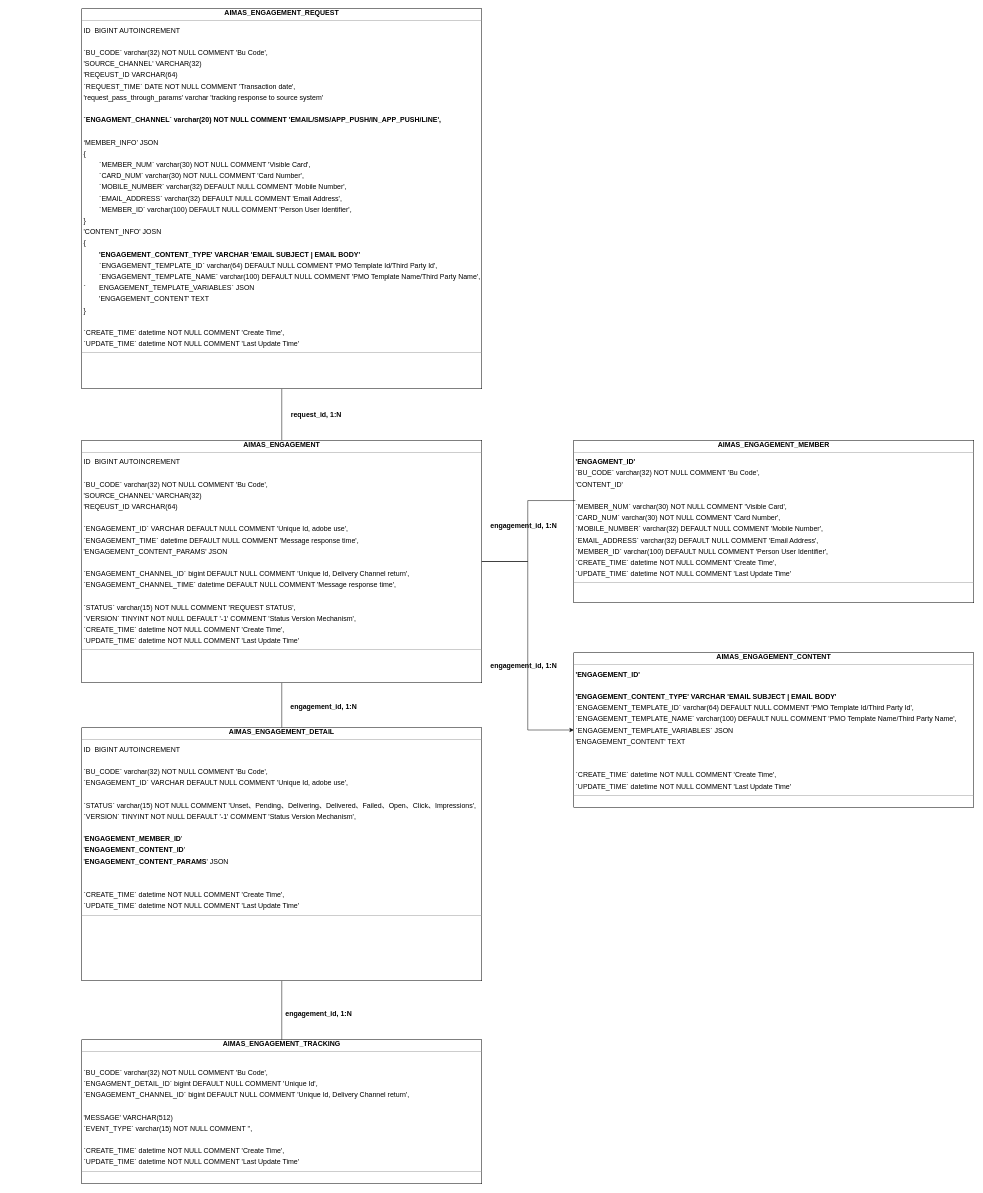
Before: techlab/AIMAS Engagement ER Diagram.drawio in qiufang1314/drawio, a draw.io diagram. Source tidied: cells renumbered, new cells numbered last; positions are measured from the earlier drawing's top-left corner, leaving out a move shared by most shapes. Both pictures are drawn from the tidied source at 50%, with x=0, y=0 at pixel (82, 8).
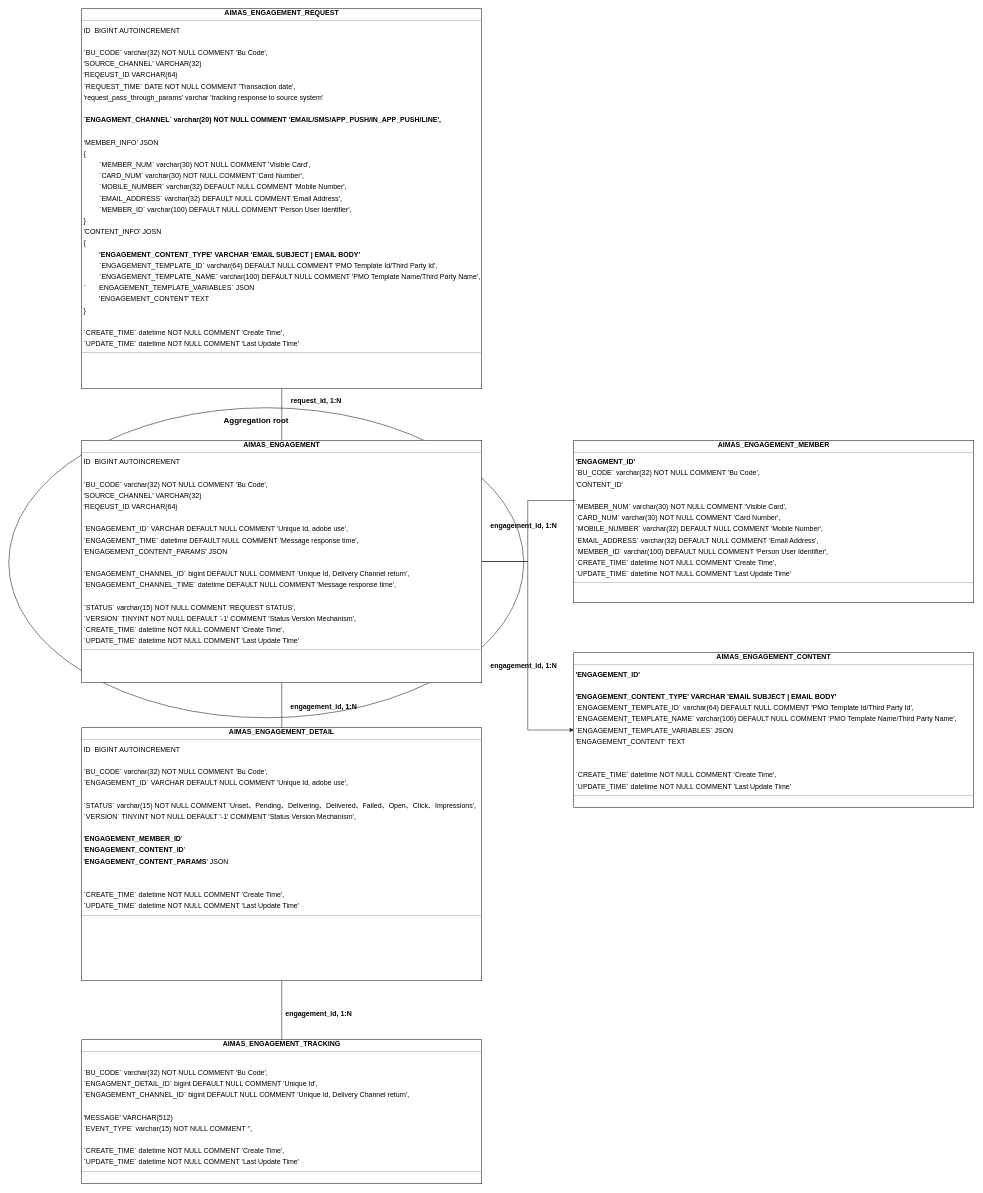
Above is the later version.

Change to the diagram source:
```diff
@@
 <mxGraphModel>
   <root>
     <mxCell id="0" />
     <mxCell id="1" parent="0" />
+    <mxCell id="18" style="ellipse;whiteSpace=wrap;html=1;" parent="1" vertex="1">
+      <mxGeometry x="-146" y="798" width="1030" height="620" as="geometry" />
+    </mxCell>
     <mxCell id="2" style="edgeStyle=orthogonalEdgeStyle;rounded=0;jettySize=auto;html=1;entryX=0.5;entryY=0;entryDx=0;entryDy=0;endArrow=none;startFill=0;" parent="1" edge="1" source="3" target="9">
       <mxGeometry relative="1" as="geometry" />
     </mxCell>
     <mxCell id="3" value="&lt;div style=&quot;text-align: center;&quot;&gt;&lt;span style=&quot;background-color: initial;&quot;&gt;&lt;b&gt;AIMAS_ENGAGEMENT_REQUEST&lt;/b&gt;&lt;/span&gt;&lt;/div&gt;&lt;hr style=&quot;text-align: center;&quot; size=&quot;1&quot;&gt;&lt;p style=&quot;margin:0 0 0 4px;line-height:1.6;&quot;&gt;ID&amp;nbsp; BIGINT AUTOINCREMENT&lt;/p&gt;&lt;p style=&quot;margin:0 0 0 4px;line-height:1.6;&quot;&gt;&lt;br&gt;&lt;/p&gt;&lt;p style=&quot;margin:0 0 0 4px;line-height:1.6;&quot;&gt;`BU_CODE` varchar(32) NOT NULL COMMENT 'Bu Code',&lt;b&gt;&lt;/b&gt;&lt;/p&gt;&lt;p style=&quot;margin:0 0 0 4px;line-height:1.6;&quot;&gt;'SOURCE_CHANNEL' VARCHAR(32)&lt;/p&gt;&lt;p style=&quot;margin: 0px 0px 0px 4px; line-height: 1.6;&quot;&gt;'REQEUST_ID VARCHAR(64)&lt;/p&gt;&lt;p style=&quot;margin: 0px 0px 0px 4px; line-height: 1.6;&quot;&gt;`REQUEST_TIME` DATE NOT NULL COMMENT 'Transaction date',&lt;/p&gt;&lt;p style=&quot;margin: 0px 0px 0px 4px; line-height: 1.6;&quot;&gt;'request_pass_through_params' varchar 'tracking response to source system'&lt;/p&gt;&lt;p style=&quot;margin: 0px 0px 0px 4px; line-height: 1.6;&quot;&gt;&lt;br&gt;&lt;/p&gt;&lt;p style=&quot;margin:0 0 0 4px;line-height:1.6;&quot;&gt;&lt;b&gt;`ENGAGMENT_CHANNEL` varchar(20) NOT NULL COMMENT 'EMAIL/SMS/APP_PUSH/IN_APP_PUSH/LINE',&lt;/b&gt;&lt;/p&gt;&lt;p style=&quot;margin:0 0 0 4px;line-height:1.6;&quot;&gt;&lt;br&gt;&lt;/p&gt;&lt;p style=&quot;margin:0 0 0 4px;line-height:1.6;&quot;&gt;‘MEMBER_INFO’ JSON&lt;/p&gt;&lt;p style=&quot;margin:0 0 0 4px;line-height:1.6;&quot;&gt;{&lt;/p&gt;&lt;p style=&quot;margin:0 0 0 4px;line-height:1.6;&quot;&gt;&lt;span style=&quot;white-space: pre;&quot;&gt;&#9;&lt;/span&gt;&lt;span style=&quot;background-color: transparent; color: light-dark(rgb(0, 0, 0), rgb(255, 255, 255));&quot;&gt;`MEMBER_NUM` varchar(30) NOT NULL COMMENT 'Visible Card',&lt;/span&gt;&lt;br&gt;&lt;/p&gt;&lt;p style=&quot;margin: 0px 0px 0px 4px; line-height: 1.6;&quot;&gt;&lt;span style=&quot;white-space: pre;&quot;&gt;&#9;&lt;/span&gt;`CARD_NUM` varchar(30) NOT NULL COMMENT 'Card Number',&lt;/p&gt;&lt;p style=&quot;margin: 0px 0px 0px 4px; line-height: 1.6;&quot;&gt;&lt;span style=&quot;white-space: pre;&quot;&gt;&#9;&lt;/span&gt;`MOBILE_NUMBER` varchar(32) DEFAULT NULL COMMENT 'Mobile Number',&lt;/p&gt;&lt;p style=&quot;margin: 0px 0px 0px 4px; line-height: 1.6;&quot;&gt;&lt;span style=&quot;white-space: pre;&quot;&gt;&#9;&lt;/span&gt;`EMAIL_ADDRESS` varchar(32) DEFAULT NULL COMMENT 'Email Address',&lt;/p&gt;&lt;p style=&quot;margin: 0px 0px 0px 4px; line-height: 1.6;&quot;&gt;&lt;span style=&quot;white-space: pre;&quot;&gt;&#9;&lt;/span&gt;`MEMBER_ID` varchar(100) DEFAULT NULL COMMENT 'Person User Identifier',&lt;/p&gt;&lt;p style=&quot;margin:0 0 0 4px;line-height:1.6;&quot;&gt;}&lt;/p&gt;&lt;p style=&quot;margin:0 0 0 4px;line-height:1.6;&quot;&gt;'CONTENT_INFO' JOSN&lt;/p&gt;&lt;p style=&quot;margin:0 0 0 4px;line-height:1.6;&quot;&gt;{&lt;/p&gt;&lt;p style=&quot;margin:0 0 0 4px;line-height:1.6;&quot;&gt;&lt;span style=&quot;white-space: pre;&quot;&gt;&#9;&lt;/span&gt;&lt;b style=&quot;background-color: transparent; color: light-dark(rgb(0, 0, 0), rgb(255, 255, 255));&quot;&gt;'ENGAGEMENT_CONTENT_TYPE' VARCHAR 'EMAIL SUBJECT | EMAIL BODY'&lt;/b&gt;&lt;br&gt;&lt;/p&gt;&lt;p style=&quot;margin: 0px 0px 0px 4px; line-height: 1.6;&quot;&gt;&lt;span style=&quot;white-space: pre;&quot;&gt;&#9;&lt;/span&gt;`ENGAGEMENT_TEMPLATE_ID` varchar(64) DEFAULT NULL COMMENT 'PMO Template Id/Third Party Id',&lt;/p&gt;&lt;p style=&quot;margin: 0px 0px 0px 4px; line-height: 1.6;&quot;&gt;&lt;span style=&quot;white-space: pre;&quot;&gt;&#9;&lt;/span&gt;`&lt;span style=&quot;background-color: transparent; color: light-dark(rgb(0, 0, 0), rgb(255, 255, 255));&quot;&gt;ENGAGEMENT_&lt;/span&gt;&lt;span style=&quot;background-color: transparent; color: light-dark(rgb(0, 0, 0), rgb(255, 255, 255));&quot;&gt;TEMPLATE_NAME` varchar(100) DEFAULT NULL COMMENT 'PMO Template Name/Third Party Name',&lt;/span&gt;&lt;/p&gt;&lt;p style=&quot;margin: 0px 0px 0px 4px; line-height: 1.6;&quot;&gt;`&lt;span style=&quot;white-space: pre;&quot;&gt;&#9;&lt;/span&gt;ENGAGEMENT_TEMPLATE_VARIABLES` JSON&lt;/p&gt;&lt;p style=&quot;margin: 0px 0px 0px 4px; line-height: 1.6;&quot;&gt;&lt;span style=&quot;color: light-dark(rgb(0, 0, 0), rgb(255, 255, 255)); background-color: transparent;&quot;&gt;&lt;span style=&quot;white-space: pre;&quot;&gt;&#9;&lt;/span&gt;'&lt;/span&gt;&lt;span style=&quot;color: light-dark(rgb(0, 0, 0), rgb(255, 255, 255)); background-color: transparent;&quot;&gt;ENGAGEMENT_CONTENT&lt;/span&gt;&lt;span style=&quot;color: light-dark(rgb(0, 0, 0), rgb(255, 255, 255)); background-color: transparent;&quot;&gt;' TEXT&lt;/span&gt;&lt;/p&gt;&lt;p style=&quot;margin:0 0 0 4px;line-height:1.6;&quot;&gt;}&lt;/p&gt;&lt;p style=&quot;margin: 0px 0px 0px 4px; line-height: 1.6;&quot;&gt;&lt;br&gt;&lt;/p&gt;&lt;p style=&quot;margin:0 0 0 4px;line-height:1.6;&quot;&gt;&lt;span style=&quot;background-color: transparent; color: light-dark(rgb(0, 0, 0), rgb(255, 255, 255));&quot;&gt;`CREATE_TIME` datetime NOT NULL COMMENT 'Create Time',&lt;/span&gt;&lt;/p&gt;&lt;p style=&quot;margin:0 0 0 4px;line-height:1.6;&quot;&gt;`UPDATE_TIME` datetime NOT NULL COMMENT 'Last Update Time'&lt;/p&gt;&lt;hr size=&quot;1&quot;&gt;&lt;p style=&quot;margin:0 0 0 4px;line-height:1.6;&quot;&gt;&lt;br&gt;&lt;/p&gt;" style="verticalAlign=top;align=left;overflow=fill;fontSize=14;fontFamily=Helvetica;html=1;rounded=0;shadow=0;comic=0;labelBackgroundColor=none;strokeWidth=1;" parent="1" vertex="1">
       <mxGeometry width="800" height="760" as="geometry" />
     </mxCell>
     <mxCell id="4" value="&lt;div style=&quot;text-align: center;&quot;&gt;&lt;span style=&quot;background-color: initial;&quot;&gt;&lt;b&gt;AIMAS_ENGAGEMENT_MEMBER&lt;/b&gt;&lt;/span&gt;&lt;/div&gt;&lt;hr style=&quot;text-align: center;&quot; size=&quot;1&quot;&gt;&lt;p style=&quot;margin:0 0 0 4px;line-height:1.6;&quot;&gt;&lt;b&gt;'ENGAGMENT_ID'&lt;/b&gt;&lt;/p&gt;&lt;p style=&quot;margin:0 0 0 4px;line-height:1.6;&quot;&gt;`BU_CODE` varchar(32) NOT NULL COMMENT 'Bu Code',&lt;/p&gt;&lt;p style=&quot;margin:0 0 0 4px;line-height:1.6;&quot;&gt;'CONTENT_ID'&lt;/p&gt;&lt;p style=&quot;margin:0 0 0 4px;line-height:1.6;&quot;&gt;&lt;br&gt;&lt;/p&gt;&lt;p style=&quot;margin:0 0 0 4px;line-height:1.6;&quot;&gt;`MEMBER_NUM` varchar(30) NOT NULL COMMENT 'Visible Card',&lt;/p&gt;&lt;p style=&quot;margin:0 0 0 4px;line-height:1.6;&quot;&gt;`CARD_NUM` varchar(30) NOT NULL COMMENT 'Card Number',&lt;/p&gt;&lt;p style=&quot;margin:0 0 0 4px;line-height:1.6;&quot;&gt;`MOBILE_NUMBER` varchar(32) DEFAULT NULL COMMENT 'Mobile Number',&lt;/p&gt;&lt;p style=&quot;margin:0 0 0 4px;line-height:1.6;&quot;&gt;`EMAIL_ADDRESS` varchar(32) DEFAULT NULL COMMENT 'Email Address',&lt;/p&gt;&lt;p style=&quot;margin:0 0 0 4px;line-height:1.6;&quot;&gt;`MEMBER_ID` varchar(100) DEFAULT NULL COMMENT 'Person User Identifier',&lt;/p&gt;&lt;p style=&quot;margin:0 0 0 4px;line-height:1.6;&quot;&gt;`CREATE_TIME` datetime NOT NULL COMMENT 'Create Time',&lt;/p&gt;&lt;p style=&quot;margin:0 0 0 4px;line-height:1.6;&quot;&gt;`UPDATE_TIME` datetime NOT NULL COMMENT 'Last Update Time'&lt;/p&gt;&lt;hr size=&quot;1&quot;&gt;&lt;p style=&quot;margin:0 0 0 4px;line-height:1.6;&quot;&gt;&lt;br&gt;&lt;/p&gt;" style="verticalAlign=top;align=left;overflow=fill;fontSize=14;fontFamily=Helvetica;html=1;rounded=0;shadow=0;comic=0;labelBackgroundColor=none;strokeWidth=1;" parent="1" vertex="1">
       <mxGeometry x="984" y="863" width="800" height="325" as="geometry" />
     </mxCell>
     <mxCell id="5" value="&lt;div style=&quot;text-align: center;&quot;&gt;&lt;span style=&quot;background-color: initial;&quot;&gt;&lt;b&gt;AIMAS_ENGAGEMENT_CONTENT&lt;/b&gt;&lt;/span&gt;&lt;/div&gt;&lt;hr style=&quot;text-align: center;&quot; size=&quot;1&quot;&gt;&lt;p style=&quot;margin:0 0 0 4px;line-height:1.6;&quot;&gt;&lt;b&gt;'ENGAGEMENT_ID'&lt;/b&gt;&lt;/p&gt;&lt;p style=&quot;margin:0 0 0 4px;line-height:1.6;&quot;&gt;&lt;br&gt;&lt;/p&gt;&lt;p style=&quot;margin:0 0 0 4px;line-height:1.6;&quot;&gt;&lt;b&gt;'ENGAGEMENT_CONTENT_TYPE' VARCHAR 'EMAIL SUBJECT | EMAIL BODY'&lt;/b&gt;&lt;/p&gt;&lt;p style=&quot;margin: 0px 0px 0px 4px; line-height: 1.6;&quot;&gt;`ENGAGEMENT_TEMPLATE_ID` varchar(64) DEFAULT NULL COMMENT 'PMO Template Id/Third Party Id',&lt;/p&gt;&lt;p style=&quot;margin: 0px 0px 0px 4px; line-height: 1.6;&quot;&gt;`&lt;span style=&quot;background-color: transparent; color: light-dark(rgb(0, 0, 0), rgb(255, 255, 255));&quot;&gt;ENGAGEMENT_&lt;/span&gt;&lt;span style=&quot;background-color: transparent; color: light-dark(rgb(0, 0, 0), rgb(255, 255, 255));&quot;&gt;TEMPLATE_NAME` varchar(100) DEFAULT NULL COMMENT 'PMO Template Name/Third Party Name',&lt;/span&gt;&lt;/p&gt;&lt;p style=&quot;margin: 0px 0px 0px 4px; line-height: 1.6;&quot;&gt;`ENGAGEMENT_TEMPLATE_VARIABLES` JSON&lt;/p&gt;&lt;p style=&quot;margin: 0px 0px 0px 4px; line-height: 1.6;&quot;&gt;&lt;span style=&quot;color: light-dark(rgb(0, 0, 0), rgb(255, 255, 255)); background-color: transparent;&quot;&gt;'&lt;/span&gt;&lt;span style=&quot;color: light-dark(rgb(0, 0, 0), rgb(255, 255, 255)); background-color: transparent;&quot;&gt;ENGAGEMENT_CONTENT&lt;/span&gt;&lt;span style=&quot;color: light-dark(rgb(0, 0, 0), rgb(255, 255, 255)); background-color: transparent;&quot;&gt;' TEXT&lt;/span&gt;&lt;/p&gt;&lt;p style=&quot;margin:0 0 0 4px;line-height:1.6;&quot;&gt;&lt;b&gt;&lt;br&gt;&lt;/b&gt;&lt;/p&gt;&lt;p style=&quot;margin:0 0 0 4px;line-height:1.6;&quot;&gt;&lt;br&gt;&lt;/p&gt;&lt;p style=&quot;margin:0 0 0 4px;line-height:1.6;&quot;&gt;`CREATE_TIME` datetime NOT NULL COMMENT 'Create Time',&lt;/p&gt;&lt;p style=&quot;margin:0 0 0 4px;line-height:1.6;&quot;&gt;`UPDATE_TIME` datetime NOT NULL COMMENT 'Last Update Time'&lt;/p&gt;&lt;hr size=&quot;1&quot;&gt;&lt;p style=&quot;margin:0 0 0 4px;line-height:1.6;&quot;&gt;&lt;br&gt;&lt;/p&gt;" style="verticalAlign=top;align=left;overflow=fill;fontSize=14;fontFamily=Helvetica;html=1;rounded=0;shadow=0;comic=0;labelBackgroundColor=none;strokeWidth=1;" parent="1" vertex="1">
       <mxGeometry x="984" y="1288" width="800" height="309" as="geometry" />
     </mxCell>
     <mxCell id="6" value="&lt;div style=&quot;text-align: center;&quot;&gt;&lt;span style=&quot;background-color: initial;&quot;&gt;&lt;b&gt;AIMAS_ENGAGEMENT_TRACKING&lt;/b&gt;&lt;/span&gt;&lt;/div&gt;&lt;hr style=&quot;text-align: center;&quot; size=&quot;1&quot;&gt;&lt;p style=&quot;margin:0 0 0 4px;line-height:1.6;&quot;&gt;&lt;br&gt;&lt;/p&gt;&lt;p style=&quot;margin:0 0 0 4px;line-height:1.6;&quot;&gt;`BU_CODE` varchar(32) NOT NULL COMMENT 'Bu Code',&lt;/p&gt;&lt;p style=&quot;margin:0 0 0 4px;line-height:1.6;&quot;&gt;`ENGAGMENT_DETAIL_ID` bigint DEFAULT NULL COMMENT 'Unique Id',&lt;/p&gt;&lt;p style=&quot;margin:0 0 0 4px;line-height:1.6;&quot;&gt;`ENGAGEMENT_CHANNEL_ID` bigint DEFAULT NULL COMMENT 'Unique Id, Delivery Channel return',&lt;/p&gt;&lt;p style=&quot;margin:0 0 0 4px;line-height:1.6;&quot;&gt;&lt;br&gt;&lt;/p&gt;&lt;p style=&quot;margin:0 0 0 4px;line-height:1.6;&quot;&gt;'MESSAGE' VARCHAR(512)&lt;/p&gt;&lt;p style=&quot;margin:0 0 0 4px;line-height:1.6;&quot;&gt;`EVENT_TYPE` varchar(15) NOT NULL COMMENT '',&lt;/p&gt;&lt;p style=&quot;margin:0 0 0 4px;line-height:1.6;&quot;&gt;&lt;br&gt;&lt;/p&gt;&lt;p style=&quot;margin:0 0 0 4px;line-height:1.6;&quot;&gt;`CREATE_TIME` datetime NOT NULL COMMENT 'Create Time',&lt;/p&gt;&lt;p style=&quot;margin:0 0 0 4px;line-height:1.6;&quot;&gt;`UPDATE_TIME` datetime NOT NULL COMMENT 'Last Update Time'&lt;/p&gt;&lt;hr size=&quot;1&quot;&gt;&lt;p style=&quot;margin:0 0 0 4px;line-height:1.6;&quot;&gt;&lt;br&gt;&lt;/p&gt;" style="verticalAlign=top;align=left;overflow=fill;fontSize=14;fontFamily=Helvetica;html=1;rounded=0;shadow=0;comic=0;labelBackgroundColor=none;strokeWidth=1;" parent="1" vertex="1">
       <mxGeometry y="2062" width="800" height="288" as="geometry" />
     </mxCell>
     <mxCell id="7" style="edgeStyle=orthogonalEdgeStyle;rounded=0;jettySize=auto;html=1;" parent="1" edge="1" source="9" target="5">
       <mxGeometry relative="1" as="geometry" />
     </mxCell>
     <mxCell id="8" style="edgeStyle=orthogonalEdgeStyle;rounded=0;jettySize=auto;html=1;entryX=0.5;entryY=0;entryDx=0;entryDy=0;endArrow=none;startFill=0;" parent="1" edge="1" source="9" target="11">
       <mxGeometry relative="1" as="geometry" />
     </mxCell>
     <mxCell id="9" value="&lt;div style=&quot;text-align: center;&quot;&gt;&lt;span style=&quot;background-color: initial;&quot;&gt;&lt;b&gt;AIMAS_ENGAGEMENT&lt;/b&gt;&lt;/span&gt;&lt;/div&gt;&lt;hr style=&quot;text-align: center;&quot; size=&quot;1&quot;&gt;&lt;p style=&quot;margin:0 0 0 4px;line-height:1.6;&quot;&gt;ID&amp;nbsp; BIGINT AUTOINCREMENT&lt;/p&gt;&lt;p style=&quot;margin:0 0 0 4px;line-height:1.6;&quot;&gt;&lt;br&gt;&lt;/p&gt;&lt;p style=&quot;margin:0 0 0 4px;line-height:1.6;&quot;&gt;`BU_CODE` varchar(32) NOT NULL COMMENT 'Bu Code',&lt;b&gt;&lt;/b&gt;&lt;/p&gt;&lt;p style=&quot;margin:0 0 0 4px;line-height:1.6;&quot;&gt;'SOURCE_CHANNEL' VARCHAR(32)&lt;/p&gt;&lt;p style=&quot;margin: 0px 0px 0px 4px; line-height: 1.6;&quot;&gt;'REQEUST_ID VARCHAR(64)&lt;/p&gt;&lt;p style=&quot;margin:0 0 0 4px;line-height:1.6;&quot;&gt;&lt;br&gt;&lt;/p&gt;&lt;p style=&quot;margin:0 0 0 4px;line-height:1.6;&quot;&gt;`ENGAGEMENT_ID` VARCHAR DEFAULT NULL COMMENT 'Unique Id, adobe use',&lt;/p&gt;&lt;p style=&quot;margin:0 0 0 4px;line-height:1.6;&quot;&gt;`ENGAGEMENT_TIME` datetime DEFAULT NULL COMMENT 'Message response time',&lt;/p&gt;&lt;p style=&quot;margin:0 0 0 4px;line-height:1.6;&quot;&gt;'ENGAGEMENT&lt;span style=&quot;background-color: transparent; color: light-dark(rgb(0, 0, 0), rgb(255, 255, 255));&quot;&gt;_CONTENT_PARAMS&lt;/span&gt;&lt;span style=&quot;background-color: transparent; color: light-dark(rgb(0, 0, 0), rgb(255, 255, 255));&quot;&gt;' JSON&lt;/span&gt;&lt;/p&gt;&lt;p style=&quot;margin:0 0 0 4px;line-height:1.6;&quot;&gt;&lt;br&gt;&lt;/p&gt;&lt;p style=&quot;margin:0 0 0 4px;line-height:1.6;&quot;&gt;`ENGAGEMENT_CHANNEL_ID` bigint DEFAULT NULL COMMENT 'Unique Id, Delivery Channel return',&lt;/p&gt;&lt;p style=&quot;margin:0 0 0 4px;line-height:1.6;&quot;&gt;`ENGAGEMENT_CHANNEL_TIME` datetime DEFAULT NULL COMMENT 'Message response time',&lt;/p&gt;&lt;p style=&quot;margin:0 0 0 4px;line-height:1.6;&quot;&gt;&lt;br&gt;&lt;/p&gt;&lt;p style=&quot;margin:0 0 0 4px;line-height:1.6;&quot;&gt;`STATUS` varchar(15) NOT NULL COMMENT 'REQUEST STATUS',&lt;/p&gt;&lt;p style=&quot;margin:0 0 0 4px;line-height:1.6;&quot;&gt;`VERSION` TINYINT NOT NULL DEFAULT '-1' COMMENT 'Status Version Mechanism',&lt;/p&gt;&lt;p style=&quot;margin:0 0 0 4px;line-height:1.6;&quot;&gt;`CREATE_TIME` datetime NOT NULL COMMENT 'Create Time',&lt;/p&gt;&lt;p style=&quot;margin:0 0 0 4px;line-height:1.6;&quot;&gt;`UPDATE_TIME` datetime NOT NULL COMMENT 'Last Update Time'&lt;/p&gt;&lt;hr size=&quot;1&quot;&gt;&lt;p style=&quot;margin:0 0 0 4px;line-height:1.6;&quot;&gt;&lt;br&gt;&lt;/p&gt;" style="verticalAlign=top;align=left;overflow=fill;fontSize=14;fontFamily=Helvetica;html=1;rounded=0;shadow=0;comic=0;labelBackgroundColor=none;strokeWidth=1;" parent="1" vertex="1">
       <mxGeometry y="863" width="800" height="485" as="geometry" />
     </mxCell>
     <mxCell id="10" style="edgeStyle=orthogonalEdgeStyle;rounded=0;jettySize=auto;html=1;entryX=0.5;entryY=0;entryDx=0;entryDy=0;endArrow=none;startFill=0;" parent="1" edge="1" source="11" target="6">
       <mxGeometry relative="1" as="geometry" />
     </mxCell>
     <mxCell id="11" value="&lt;div style=&quot;text-align: center;&quot;&gt;&lt;span style=&quot;background-color: initial;&quot;&gt;&lt;b&gt;AIMAS_ENGAGEMENT_DETAIL&lt;/b&gt;&lt;/span&gt;&lt;/div&gt;&lt;hr style=&quot;text-align: center;&quot; size=&quot;1&quot;&gt;&lt;p style=&quot;margin:0 0 0 4px;line-height:1.6;&quot;&gt;ID&amp;nbsp; BIGINT AUTOINCREMENT&lt;/p&gt;&lt;p style=&quot;margin:0 0 0 4px;line-height:1.6;&quot;&gt;&lt;br&gt;&lt;/p&gt;&lt;p style=&quot;margin:0 0 0 4px;line-height:1.6;&quot;&gt;`BU_CODE` varchar(32) NOT NULL COMMENT 'Bu Code',&lt;/p&gt;&lt;p style=&quot;margin:0 0 0 4px;line-height:1.6;&quot;&gt;`ENGAGEMENT_ID` VARCHAR DEFAULT NULL COMMENT 'Unique Id, adobe use',&lt;/p&gt;&lt;p style=&quot;margin:0 0 0 4px;line-height:1.6;&quot;&gt;&lt;br&gt;&lt;/p&gt;&lt;p style=&quot;margin:0 0 0 4px;line-height:1.6;&quot;&gt;`STATUS` varchar(15) NOT NULL COMMENT 'Unset、Pending、Delivering、Delivered、Failed、Open、Click、Impressions',&lt;/p&gt;&lt;p style=&quot;margin:0 0 0 4px;line-height:1.6;&quot;&gt;`VERSION` TINYINT NOT NULL DEFAULT '-1' COMMENT 'Status Version Mechanism',&lt;/p&gt;&lt;p style=&quot;margin:0 0 0 4px;line-height:1.6;&quot;&gt;&lt;br&gt;&lt;/p&gt;&lt;p style=&quot;margin:0 0 0 4px;line-height:1.6;&quot;&gt;'&lt;b style=&quot;background-color: transparent; color: light-dark(rgb(0, 0, 0), rgb(255, 255, 255)); text-align: center;&quot;&gt;ENGAGEMENT_MEMBER_ID&lt;/b&gt;&lt;span style=&quot;background-color: transparent; color: light-dark(rgb(0, 0, 0), rgb(255, 255, 255));&quot;&gt;'&lt;br&gt;&lt;/span&gt;'&lt;b style=&quot;color: light-dark(rgb(0, 0, 0), rgb(255, 255, 255)); background-color: transparent; text-align: center;&quot;&gt;ENGAGEMENT_CONTENT_ID&lt;/b&gt;&lt;span style=&quot;color: light-dark(rgb(0, 0, 0), rgb(255, 255, 255)); background-color: transparent;&quot;&gt;'&lt;/span&gt;&lt;span style=&quot;background-color: transparent; color: light-dark(rgb(0, 0, 0), rgb(255, 255, 255));&quot;&gt;&lt;/span&gt;&lt;/p&gt;&lt;p style=&quot;margin:0 0 0 4px;line-height:1.6;&quot;&gt;'&lt;b style=&quot;color: light-dark(rgb(0, 0, 0), rgb(255, 255, 255)); background-color: transparent; text-align: center;&quot;&gt;ENGAGEMENT_CONTENT_PARAMS&lt;/b&gt;&lt;span style=&quot;color: light-dark(rgb(0, 0, 0), rgb(255, 255, 255)); background-color: transparent;&quot;&gt;' JSON&lt;/span&gt;&lt;/p&gt;&lt;p style=&quot;margin:0 0 0 4px;line-height:1.6;&quot;&gt;&lt;br&gt;&lt;/p&gt;&lt;p style=&quot;margin:0 0 0 4px;line-height:1.6;&quot;&gt;&lt;br&gt;&lt;/p&gt;&lt;p style=&quot;margin:0 0 0 4px;line-height:1.6;&quot;&gt;`CREATE_TIME` datetime NOT NULL COMMENT 'Create Time',&lt;/p&gt;&lt;p style=&quot;margin:0 0 0 4px;line-height:1.6;&quot;&gt;`UPDATE_TIME` datetime NOT NULL COMMENT 'Last Update Time'&lt;/p&gt;&lt;hr size=&quot;1&quot;&gt;&lt;p style=&quot;margin:0 0 0 4px;line-height:1.6;&quot;&gt;&lt;br&gt;&lt;/p&gt;" style="verticalAlign=top;align=left;overflow=fill;fontSize=14;fontFamily=Helvetica;html=1;rounded=0;shadow=0;comic=0;labelBackgroundColor=none;strokeWidth=1;" parent="1" vertex="1">
       <mxGeometry y="1438" width="800" height="506" as="geometry" />
     </mxCell>
     <mxCell id="12" value="request_id, 1:N" style="text;html=1;align=center;verticalAlign=middle;whiteSpace=wrap;rounded=0;fontSize=14;fontStyle=1;" parent="1" vertex="1">
-      <mxGeometry x="414" y="797" width="110" height="30" as="geometry" />
+      <mxGeometry x="414" y="768" width="110" height="30" as="geometry" />
     </mxCell>
     <mxCell id="13" style="edgeStyle=orthogonalEdgeStyle;rounded=0;jettySize=auto;html=1;entryX=0.004;entryY=0.371;entryDx=0;entryDy=0;entryPerimeter=0;endArrow=none;startFill=0;" parent="1" edge="1" source="9" target="4">
       <mxGeometry relative="1" as="geometry" />
     </mxCell>
     <mxCell id="14" value="engagement_id, 1:N" style="text;html=1;align=center;verticalAlign=middle;whiteSpace=wrap;rounded=0;fontSize=14;fontStyle=1;" parent="1" vertex="1">
       <mxGeometry x="814" y="1018" width="140" height="30" as="geometry" />
     </mxCell>
     <mxCell id="15" value="engagement_id, 1:N" style="text;html=1;align=center;verticalAlign=middle;whiteSpace=wrap;rounded=0;fontSize=14;fontStyle=1;" parent="1" vertex="1">
       <mxGeometry x="814" y="1298" width="140" height="30" as="geometry" />
     </mxCell>
     <mxCell id="16" value="engagement_id, 1:N" style="text;html=1;align=center;verticalAlign=middle;whiteSpace=wrap;rounded=0;fontSize=14;fontStyle=1;" parent="1" vertex="1">
       <mxGeometry x="414" y="1381" width="140" height="30" as="geometry" />
     </mxCell>
     <mxCell id="17" value="engagement_id, 1:N" style="text;html=1;align=center;verticalAlign=middle;whiteSpace=wrap;rounded=0;fontSize=14;fontStyle=1;" parent="1" vertex="1">
       <mxGeometry x="404" y="1995" width="140" height="30" as="geometry" />
     </mxCell>
+    <mxCell id="19" value="Aggregation root" style="text;html=1;align=center;verticalAlign=middle;whiteSpace=wrap;rounded=0;fontSize=16;fontStyle=1;" parent="1" vertex="1">
+      <mxGeometry x="274" y="808" width="150" height="30" as="geometry" />
+    </mxCell>
   </root>
 </mxGraphModel>
```
